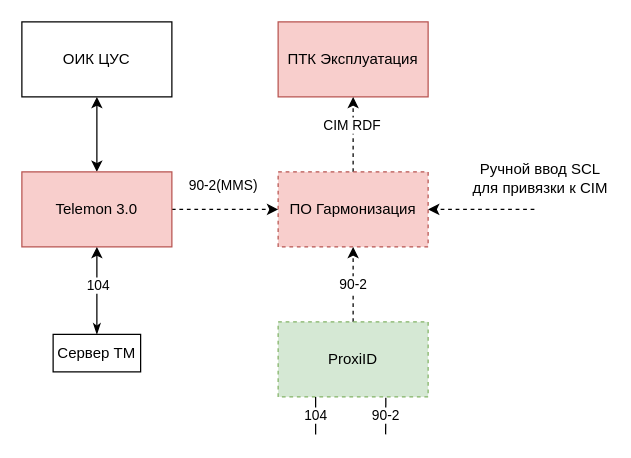
Above: telemon.drawio in Randyrofed/DrawIO (draw.io), before the change. Source tidied: cells renumbered, new cells numbered last; positions are measured from the earlier drawing's top-left corner, leaving out a move shared by most shapes. Both pictures are drawn from the tidied source at 125%, with x=0, y=0 at pixel (21, 21).
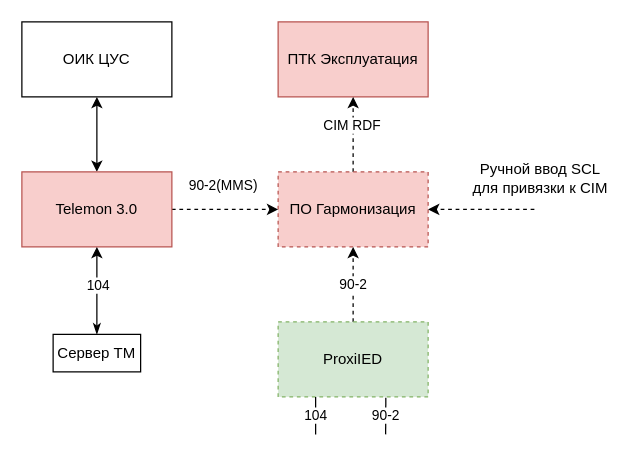
The same diagram, later.

What changed in the source:
```diff
@@
-    <mxCell id="12" value="ProxiID" style="rounded=0;whiteSpace=wrap;html=1;fillColor=#d5e8d4;strokeColor=#82b366;dashed=1;" parent="1" vertex="1">
+    <mxCell id="12" value="ProxiIED" style="rounded=0;whiteSpace=wrap;html=1;fillColor=#d5e8d4;strokeColor=#82b366;dashed=1;" parent="1" vertex="1">
       <mxGeometry x="205" y="240" width="120" height="60" as="geometry" />
     </mxCell>
```
